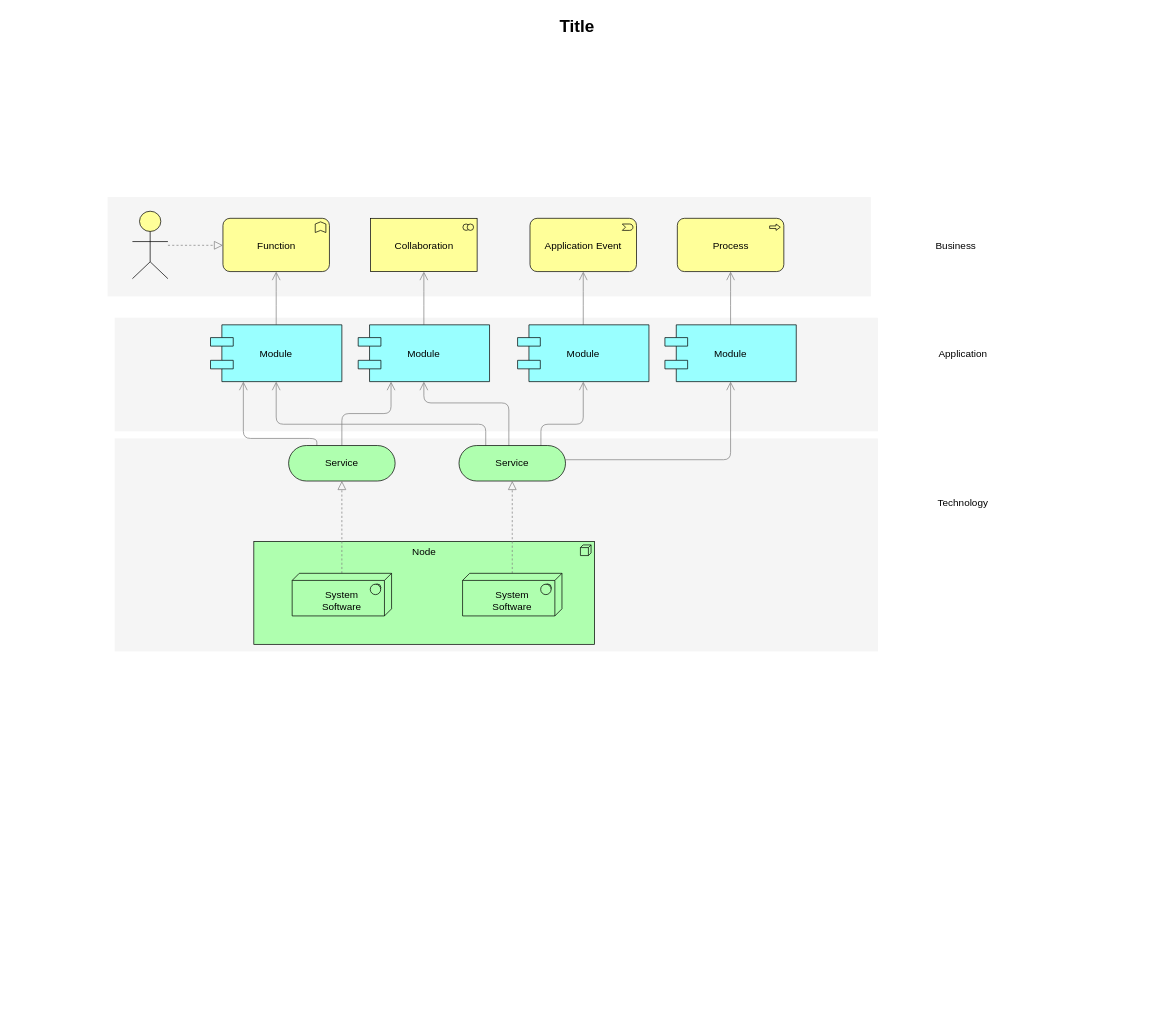
Before: Untitled Diagram.drawio in skyemin/confusing-English-words, a draw.io diagram. Source tidied: cells renumbered, new cells numbered last; positions are measured from the earlier drawing's top-left corner, leaving out a move shared by most shapes. Both pictures are drawn from the tidied source at 71%, with x=0, y=0 at pixel (12, 12).
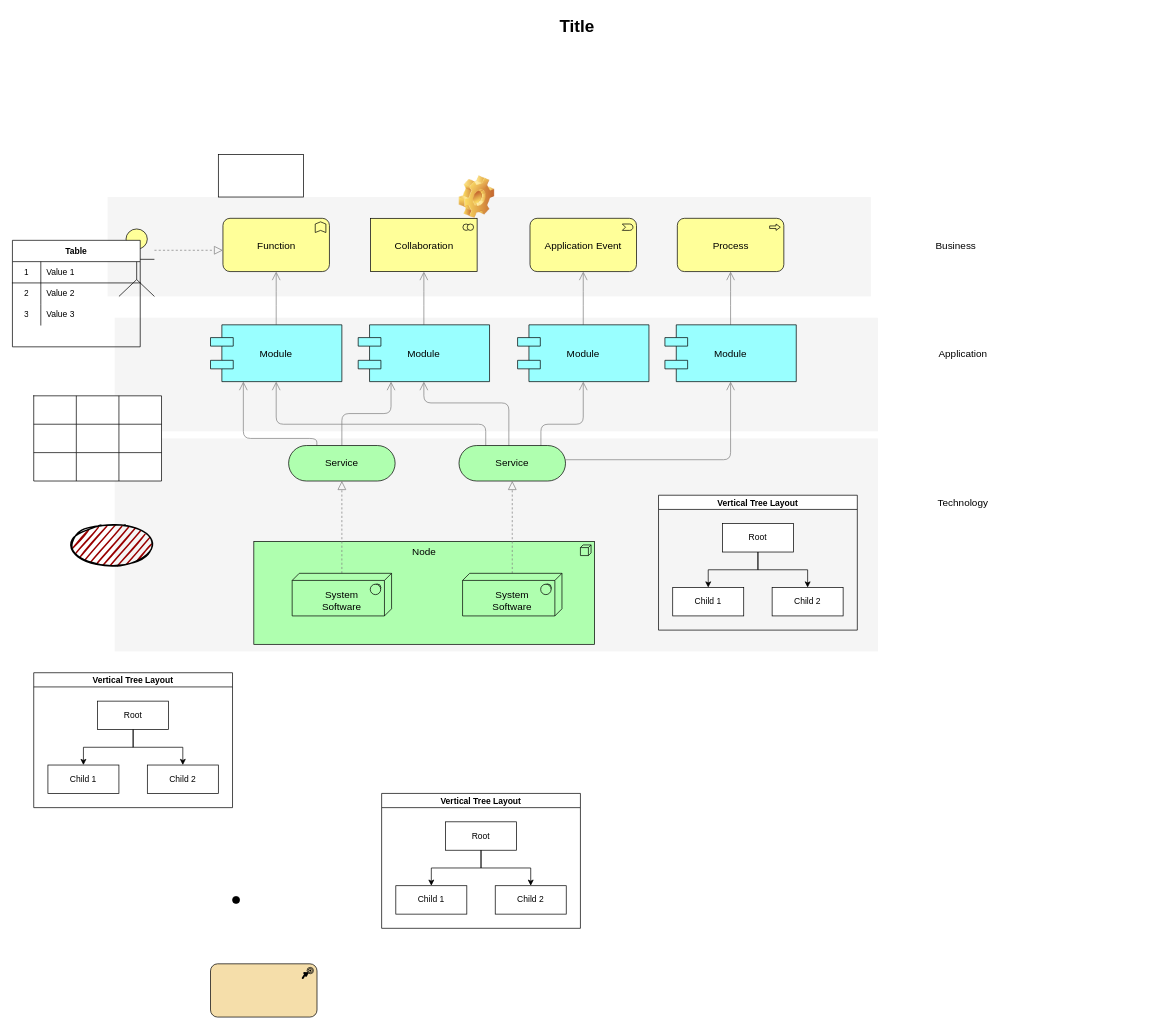
The same page after the edit.

The edit, as a diff of the source:
```diff
@@
     <mxCell id="34" style="html=1;whiteSpace=wrap;fillColor=#ffff99;shape=mxgraph.archimate3.actor;fontSize=14;" parent="1" vertex="1">
-      <mxGeometry x="169" y="280" width="50" height="95" as="geometry" />
+      <mxGeometry x="150" y="305" width="50" height="95" as="geometry" />
     </mxCell>
@@
+    <mxCell id="36" style="rounded=0;whiteSpace=wrap;html=1;" parent="1" vertex="1">
+      <mxGeometry x="290" y="200" width="120" height="60" as="geometry" />
+    </mxCell>
+    <mxCell id="37" value="Table" style="shape=table;startSize=30;childLayout=tableLayout;rowLines=0;fontStyle=1;align=center;" parent="1" vertex="1">
+      <mxGeometry y="321" width="180" height="150" as="geometry" />
+    </mxCell>
+    <mxCell id="38" style="shape=partialRectangle;html=1;whiteSpace=wrap;fillColor=none;top=0;left=0;bottom=1;right=0;" parent="37" vertex="1">
+      <mxGeometry y="30" width="180" height="30" as="geometry" />
+    </mxCell>
+    <mxCell id="39" value="1" style="shape=partialRectangle;html=1;whiteSpace=wrap;fillColor=none;top=0;left=0;bottom=0;right=0;overflow=hidden;" parent="38" vertex="1">
+      <mxGeometry width="40" height="30" as="geometry" />
+    </mxCell>
+    <mxCell id="40" value="Value 1" style="shape=partialRectangle;html=1;whiteSpace=wrap;fillColor=none;top=0;left=0;bottom=0;right=0;align=left;spacingLeft=6;overflow=hidden;" parent="38" vertex="1">
+      <mxGeometry x="40" width="140" height="30" as="geometry" />
+    </mxCell>
+    <mxCell id="41" style="shape=partialRectangle;html=1;whiteSpace=wrap;fillColor=none;top=0;left=0;bottom=0;right=0;" parent="37" vertex="1">
+      <mxGeometry y="60" width="180" height="30" as="geometry" />
+    </mxCell>
+    <mxCell id="42" value="2" style="shape=partialRectangle;html=1;whiteSpace=wrap;fillColor=none;top=0;left=0;bottom=0;right=0;overflow=hidden;" parent="41" vertex="1">
+      <mxGeometry width="40" height="30" as="geometry" />
+    </mxCell>
+    <mxCell id="43" value="Value 2" style="shape=partialRectangle;html=1;whiteSpace=wrap;fillColor=none;top=0;left=0;bottom=0;right=0;align=left;spacingLeft=6;overflow=hidden;" parent="41" vertex="1">
+      <mxGeometry x="40" width="140" height="30" as="geometry" />
+    </mxCell>
+    <mxCell id="44" style="shape=partialRectangle;html=1;whiteSpace=wrap;fillColor=none;top=0;left=0;bottom=0;right=0;" parent="37" vertex="1">
+      <mxGeometry y="90" width="180" height="30" as="geometry" />
+    </mxCell>
+    <mxCell id="45" value="3" style="shape=partialRectangle;html=1;whiteSpace=wrap;fillColor=none;top=0;left=0;bottom=0;right=0;overflow=hidden;" parent="44" vertex="1">
+      <mxGeometry width="40" height="30" as="geometry" />
+    </mxCell>
+    <mxCell id="46" value="Value 3" style="shape=partialRectangle;html=1;whiteSpace=wrap;fillColor=none;top=0;left=0;bottom=0;right=0;align=left;spacingLeft=6;overflow=hidden;" parent="44" vertex="1">
+      <mxGeometry x="40" width="140" height="30" as="geometry" />
+    </mxCell>
+    <mxCell id="47" style="shape=table;html=1;whiteSpace=wrap;startSize=0;childLayout=tableLayout;" parent="1" vertex="1">
+      <mxGeometry x="30" y="540" width="180" height="120" as="geometry" />
+    </mxCell>
+    <mxCell id="48" style="shape=partialRectangle;html=1;whiteSpace=wrap;fillColor=none;top=0;left=0;bottom=0;right=0;" parent="47" vertex="1">
+      <mxGeometry width="180" height="40" as="geometry" />
+    </mxCell>
+    <mxCell id="49" style="shape=partialRectangle;html=1;whiteSpace=wrap;fillColor=none;top=0;left=0;bottom=0;right=0;overflow=hidden;" parent="48" vertex="1">
+      <mxGeometry width="60" height="40" as="geometry" />
+    </mxCell>
+    <mxCell id="50" style="shape=partialRectangle;html=1;whiteSpace=wrap;fillColor=none;top=0;left=0;bottom=0;right=0;overflow=hidden;" parent="48" vertex="1">
+      <mxGeometry x="60" width="60" height="40" as="geometry" />
+    </mxCell>
+    <mxCell id="51" style="shape=partialRectangle;html=1;whiteSpace=wrap;fillColor=none;top=0;left=0;bottom=0;right=0;overflow=hidden;" parent="48" vertex="1">
+      <mxGeometry x="120" width="60" height="40" as="geometry" />
+    </mxCell>
+    <mxCell id="52" style="shape=partialRectangle;html=1;whiteSpace=wrap;fillColor=none;top=0;left=0;bottom=0;right=0;" parent="47" vertex="1">
+      <mxGeometry y="40" width="180" height="40" as="geometry" />
+    </mxCell>
+    <mxCell id="53" style="shape=partialRectangle;html=1;whiteSpace=wrap;fillColor=none;top=0;left=0;bottom=0;right=0;overflow=hidden;" parent="52" vertex="1">
+      <mxGeometry width="60" height="40" as="geometry" />
+    </mxCell>
+    <mxCell id="54" style="shape=partialRectangle;html=1;whiteSpace=wrap;fillColor=none;top=0;left=0;bottom=0;right=0;overflow=hidden;" parent="52" vertex="1">
+      <mxGeometry x="60" width="60" height="40" as="geometry" />
+    </mxCell>
+    <mxCell id="55" style="shape=partialRectangle;html=1;whiteSpace=wrap;fillColor=none;top=0;left=0;bottom=0;right=0;overflow=hidden;" parent="52" vertex="1">
+      <mxGeometry x="120" width="60" height="40" as="geometry" />
+    </mxCell>
+    <mxCell id="56" style="shape=partialRectangle;html=1;whiteSpace=wrap;fillColor=none;top=0;left=0;bottom=0;right=0;" parent="47" vertex="1">
+      <mxGeometry y="80" width="180" height="40" as="geometry" />
+    </mxCell>
+    <mxCell id="57" style="shape=partialRectangle;html=1;whiteSpace=wrap;fillColor=none;top=0;left=0;bottom=0;right=0;overflow=hidden;" parent="56" vertex="1">
+      <mxGeometry width="60" height="40" as="geometry" />
+    </mxCell>
+    <mxCell id="58" style="shape=partialRectangle;html=1;whiteSpace=wrap;fillColor=none;top=0;left=0;bottom=0;right=0;overflow=hidden;" parent="56" vertex="1">
+      <mxGeometry x="60" width="60" height="40" as="geometry" />
+    </mxCell>
+    <mxCell id="59" style="shape=partialRectangle;html=1;whiteSpace=wrap;fillColor=none;top=0;left=0;bottom=0;right=0;overflow=hidden;" parent="56" vertex="1">
+      <mxGeometry x="120" width="60" height="40" as="geometry" />
+    </mxCell>
+    <mxCell id="60" style="ellipse;whiteSpace=wrap;html=1;strokeWidth=2;fillWeight=2;hachureGap=8;fillColor=#990000;fillStyle=dots;sketch=1;" parent="1" vertex="1">
+      <mxGeometry x="80" y="720" width="120" height="60" as="geometry" />
+    </mxCell>
+    <mxCell id="61" style="shape=image;html=1;verticalLabelPosition=bottom;verticalAlign=top;imageAspect=0;image=img/clipart/Gear_128x128.png;" parent="1" vertex="1">
+      <mxGeometry x="629" y="230" width="50" height="60" as="geometry" />
+    </mxCell>
+    <mxCell id="62" value="Vertical Tree Layout" style="swimlane;startSize=20;horizontal=1;horizontalTree=0;containerType=tree;" parent="1" vertex="1">
+      <mxGeometry x="910" y="680" width="280" height="190" as="geometry" />
+    </mxCell>
+    <mxCell id="63" value="Root" style="whiteSpace=wrap;html=1;" parent="62" vertex="1">
+      <mxGeometry x="90" y="40" width="100" height="40" as="geometry" />
+    </mxCell>
+    <mxCell id="64" value="Child 1" style="whiteSpace=wrap;html=1;" parent="62" vertex="1">
+      <mxGeometry x="20" y="130" width="100" height="40" as="geometry" />
+    </mxCell>
+    <mxCell id="65" style="edgeStyle=elbowEdgeStyle;elbow=vertical;html=1;rounded=0;" parent="62" edge="1" source="63" target="64">
+      <mxGeometry relative="1" as="geometry" />
+    </mxCell>
+    <mxCell id="66" value="Child 2" style="whiteSpace=wrap;html=1;" parent="62" vertex="1">
+      <mxGeometry x="160" y="130" width="100" height="40" as="geometry" />
+    </mxCell>
+    <mxCell id="67" style="edgeStyle=elbowEdgeStyle;elbow=vertical;html=1;rounded=0;" parent="62" edge="1" source="63" target="66">
+      <mxGeometry relative="1" as="geometry" />
+    </mxCell>
+    <mxCell id="68" value="Vertical Tree Layout" style="swimlane;startSize=20;horizontal=1;horizontalTree=0;containerType=tree;" parent="1" vertex="1">
+      <mxGeometry x="30" y="930" width="280" height="190" as="geometry" />
+    </mxCell>
+    <mxCell id="69" value="Root" style="whiteSpace=wrap;html=1;" parent="68" vertex="1">
+      <mxGeometry x="90" y="40" width="100" height="40" as="geometry" />
+    </mxCell>
+    <mxCell id="70" value="Child 1" style="whiteSpace=wrap;html=1;" parent="68" vertex="1">
+      <mxGeometry x="20" y="130" width="100" height="40" as="geometry" />
+    </mxCell>
+    <mxCell id="71" style="edgeStyle=elbowEdgeStyle;elbow=vertical;html=1;rounded=0;" parent="68" edge="1" source="69" target="70">
+      <mxGeometry relative="1" as="geometry" />
+    </mxCell>
+    <mxCell id="72" value="Child 2" style="whiteSpace=wrap;html=1;" parent="68" vertex="1">
+      <mxGeometry x="160" y="130" width="100" height="40" as="geometry" />
+    </mxCell>
+    <mxCell id="73" style="edgeStyle=elbowEdgeStyle;elbow=vertical;html=1;rounded=0;" parent="68" edge="1" source="69" target="72">
+      <mxGeometry relative="1" as="geometry" />
+    </mxCell>
+    <mxCell id="74" value="Vertical Tree Layout" style="swimlane;startSize=20;horizontal=1;horizontalTree=0;containerType=tree;" parent="1" vertex="1">
+      <mxGeometry x="520" y="1100" width="280" height="190" as="geometry" />
+    </mxCell>
+    <mxCell id="75" value="Root" style="whiteSpace=wrap;html=1;" parent="74" vertex="1">
+      <mxGeometry x="90" y="40" width="100" height="40" as="geometry" />
+    </mxCell>
+    <mxCell id="76" value="Child 1" style="whiteSpace=wrap;html=1;" parent="74" vertex="1">
+      <mxGeometry x="20" y="130" width="100" height="40" as="geometry" />
+    </mxCell>
+    <mxCell id="77" style="edgeStyle=elbowEdgeStyle;elbow=vertical;html=1;rounded=0;" parent="74" edge="1" source="75" target="76">
+      <mxGeometry relative="1" as="geometry" />
+    </mxCell>
+    <mxCell id="78" value="Child 2" style="whiteSpace=wrap;html=1;" parent="74" vertex="1">
+      <mxGeometry x="160" y="130" width="100" height="40" as="geometry" />
+    </mxCell>
+    <mxCell id="79" style="edgeStyle=elbowEdgeStyle;elbow=vertical;html=1;rounded=0;" parent="74" edge="1" source="75" target="78">
+      <mxGeometry relative="1" as="geometry" />
+    </mxCell>
+    <mxCell id="80" style="ellipse;html=1;verticalLabelPosition=bottom;labelBackgroundColor=#ffffff;verticalAlign=top;fillColor=#000000;" parent="1" vertex="1">
+      <mxGeometry x="310" y="1245" width="10" height="10" as="geometry" />
+    </mxCell>
+    <mxCell id="81" style="html=1;whiteSpace=wrap;fillColor=#F5DEAA;shape=mxgraph.archimate3.application;appType=course;archiType=rounded;" parent="1" vertex="1">
+      <mxGeometry x="279" y="1340" width="150" height="75" as="geometry" />
+    </mxCell>
```
